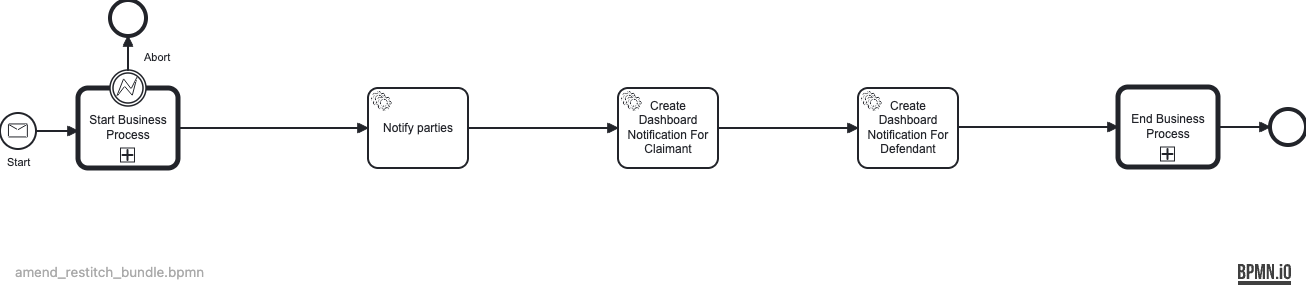
hmcts/civil-camunda-bpmn-definition keeps this BPMN diagram as docs/bpmn-diagrams/amend_restitch_bundle.png. Above is the earlier version. Its source is kept beside it as src/main/resources/camunda/amend_restitch_bundle.bpmn. Ids are renumbered. Its diagram source:
```xml
<bpmn:definitions xmlns:bpmn="http://www.omg.org/spec/BPMN/20100524/MODEL" xmlns:bpmndi="http://www.omg.org/spec/BPMN/20100524/DI" xmlns:dc="http://www.omg.org/spec/DD/20100524/DC" xmlns:camunda="http://camunda.org/schema/1.0/bpmn" xmlns:di="http://www.omg.org/spec/DD/20100524/DI" xmlns:xsi="http://www.w3.org/2001/XMLSchema-instance" id="Definitions_n1" targetNamespace="http://bpmn.io/schema/bpmn" exporter="Camunda Modeler" exporterVersion="5.28.0">
  <bpmn:process id="AMEND_RESTITCH_BUNDLE" name="Amend Restitch Bundle" isExecutable="true" camunda:historyTimeToLive="P90D">
    <bpmn:serviceTask id="AmendRestitchBundleNotify" name="Notify parties" camunda:type="external" camunda:topic="processCaseEvent">
      <bpmn:extensionElements>
        <camunda:inputOutput>
          <camunda:inputParameter name="caseEvent">NOTIFY_EVENT</camunda:inputParameter>
        </camunda:inputOutput>
      </bpmn:extensionElements>
      <bpmn:incoming>Flow_78545522545</bpmn:incoming>
      <bpmn:outgoing>Flow_n2</bpmn:outgoing>
    </bpmn:serviceTask>
    <bpmn:startEvent id="Event_191090" name="Start">
      <bpmn:outgoing>Flow_87785545545</bpmn:outgoing>
      <bpmn:messageEventDefinition id="MessageEventDefinition_n3" messageRef="Message_n4" />
    </bpmn:startEvent>
    <bpmn:endEvent id="Event_878884254">
      <bpmn:incoming>Flow_5845212254</bpmn:incoming>
    </bpmn:endEvent>
    <bpmn:sequenceFlow id="Flow_5845212254" sourceRef="Activity_120199855" targetRef="Event_878884254" />
    <bpmn:callActivity id="Activity_120199855" name="End Business Process" calledElement="EndBusinessProcess">
      <bpmn:extensionElements>
        <camunda:properties>
          <camunda:property name="variables" value="all" />
        </camunda:properties>
        <camunda:in variables="all" />
      </bpmn:extensionElements>
      <bpmn:incoming>Flow_n5</bpmn:incoming>
      <bpmn:outgoing>Flow_5845212254</bpmn:outgoing>
    </bpmn:callActivity>
    <bpmn:callActivity id="Activity_7842144454" name="Start Business Process" calledElement="StartBusinessProcess">
      <bpmn:extensionElements>
        <camunda:in variables="all" />
        <camunda:out variables="all" />
      </bpmn:extensionElements>
      <bpmn:incoming>Flow_87785545545</bpmn:incoming>
      <bpmn:outgoing>Flow_78545522545</bpmn:outgoing>
    </bpmn:callActivity>
    <bpmn:endEvent id="Event_55878855778">
      <bpmn:incoming>Flow_778754554</bpmn:incoming>
    </bpmn:endEvent>
    <bpmn:boundaryEvent id="Event_n6" name="Abort" attachedToRef="Activity_7842144454">
      <bpmn:outgoing>Flow_778754554</bpmn:outgoing>
      <bpmn:errorEventDefinition id="ErrorEventDefinition_n7" />
    </bpmn:boundaryEvent>
    <bpmn:sequenceFlow id="Flow_778754554" sourceRef="Event_n6" targetRef="Event_55878855778" />
    <bpmn:sequenceFlow id="Flow_87785545545" sourceRef="Event_191090" targetRef="Activity_7842144454" />
    <bpmn:sequenceFlow id="Flow_78545522545" sourceRef="Activity_7842144454" targetRef="AmendRestitchBundleNotify" />
    <bpmn:exclusiveGateway id="Gateway_n8">
      <bpmn:incoming>Flow_n2</bpmn:incoming>
      <bpmn:outgoing>Flow_n9</bpmn:outgoing>
      <bpmn:outgoing>Flow_n10</bpmn:outgoing>
    </bpmn:exclusiveGateway>
    <bpmn:serviceTask id="GenerateDashboardNotificationsAmendRestitchBundle" name="Dashboard Notifications" camunda:type="external" camunda:topic="processCaseEvent">
      <bpmn:extensionElements>
        <camunda:inputOutput>
          <camunda:inputParameter name="caseEvent">DASHBOARD_NOTIFICATION_EVENT</camunda:inputParameter>
        </camunda:inputOutput>
      </bpmn:extensionElements>
      <bpmn:incoming>Flow_n9</bpmn:incoming>
      <bpmn:outgoing>Flow_n5</bpmn:outgoing>
    </bpmn:serviceTask>
    <bpmn:sequenceFlow id="Flow_n9" name="Dashboard Service Enabled" sourceRef="Gateway_n8" targetRef="GenerateDashboardNotificationsAmendRestitchBundle">
      <bpmn:conditionExpression xsi:type="bpmn:tFormalExpression">${!empty flowFlags.DASHBOARD_SERVICE_ENABLED &amp;&amp; flowFlags.DASHBOARD_SERVICE_ENABLED}</bpmn:conditionExpression>
    </bpmn:sequenceFlow>
    <bpmn:sequenceFlow id="Flow_n10" name="Dashboard Service Disabled" sourceRef="Gateway_n8" targetRef="Activity_120199855">
      <bpmn:conditionExpression xsi:type="bpmn:tFormalExpression">${empty flowFlags.DASHBOARD_SERVICE_ENABLED || !flowFlags.DASHBOARD_SERVICE_ENABLED}</bpmn:conditionExpression>
    </bpmn:sequenceFlow>
    <bpmn:sequenceFlow id="Flow_n5" sourceRef="GenerateDashboardNotificationsAmendRestitchBundle" targetRef="Activity_120199855" />
    <bpmn:sequenceFlow id="Flow_n2" sourceRef="AmendRestitchBundleNotify" targetRef="Gateway_n8" />
  </bpmn:process>
  <bpmn:error id="Error_n11" name="StartBusinessAbort" errorCode="ABORT" />
  <bpmn:message id="Message_n4" name="AMEND_RESTITCH_BUNDLE" />
  <bpmndi:BPMNDiagram id="BPMNDiagram_1">
    <bpmndi:BPMNPlane id="BPMNPlane_1" bpmnElement="AMEND_RESTITCH_BUNDLE">
      <bpmndi:BPMNShape id="Activity_0ipbyde_di" bpmnElement="AmendRestitchBundleNotify">
        <dc:Bounds x="520" y="167" width="100" height="80" />
        <bpmndi:BPMNLabel />
      </bpmndi:BPMNShape>
      <bpmndi:BPMNShape id="Event_0vk0w99_di" bpmnElement="Event_191090">
        <dc:Bounds x="152" y="192" width="36" height="36" />
        <bpmndi:BPMNLabel>
          <dc:Bounds x="158" y="235" width="25" height="14" />
        </bpmndi:BPMNLabel>
      </bpmndi:BPMNShape>
      <bpmndi:BPMNShape id="Event_1h61h5s_di" bpmnElement="Event_878884254">
        <dc:Bounds x="1422" y="188" width="36" height="36" />
      </bpmndi:BPMNShape>
      <bpmndi:BPMNShape id="Activity_1j68eid_di" bpmnElement="Activity_120199855">
        <dc:Bounds x="1270" y="166" width="100" height="80" />
      </bpmndi:BPMNShape>
      <bpmndi:BPMNShape id="Activity_15x2r24_di" bpmnElement="Activity_7842144454">
        <dc:Bounds x="230" y="167" width="100" height="80" />
      </bpmndi:BPMNShape>
      <bpmndi:BPMNShape id="Event_1n2x861_di" bpmnElement="Event_55878855778">
        <dc:Bounds x="262" y="79" width="36" height="36" />
      </bpmndi:BPMNShape>
      <bpmndi:BPMNShape id="Gateway_n8_di" bpmnElement="Gateway_n8" isMarkerVisible="true">
        <dc:Bounds x="770" y="187" width="50" height="50" />
      </bpmndi:BPMNShape>
      <bpmndi:BPMNShape id="Activity_0hg4cbd_di" bpmnElement="GenerateDashboardNotificationsAmendRestitchBundle">
        <dc:Bounds x="950" y="167" width="100" height="80" />
        <bpmndi:BPMNLabel />
      </bpmndi:BPMNShape>
      <bpmndi:BPMNShape id="Event_n6_di" bpmnElement="Event_n6">
        <dc:Bounds x="262" y="149" width="36" height="36" />
        <bpmndi:BPMNLabel>
          <dc:Bounds x="296" y="130" width="27" height="14" />
        </bpmndi:BPMNLabel>
      </bpmndi:BPMNShape>
      <bpmndi:BPMNEdge id="Flow_0x2wz2v_di" bpmnElement="Flow_5845212254">
        <di:waypoint x="1370" y="206" />
        <di:waypoint x="1422" y="206" />
      </bpmndi:BPMNEdge>
      <bpmndi:BPMNEdge id="Flow_1y0ic2q_di" bpmnElement="Flow_778754554">
        <di:waypoint x="280" y="149" />
        <di:waypoint x="280" y="115" />
      </bpmndi:BPMNEdge>
      <bpmndi:BPMNEdge id="Flow_116h4jn_di" bpmnElement="Flow_87785545545">
        <di:waypoint x="188" y="210" />
        <di:waypoint x="230" y="210" />
      </bpmndi:BPMNEdge>
      <bpmndi:BPMNEdge id="Flow_1a5jscb_di" bpmnElement="Flow_78545522545">
        <di:waypoint x="330" y="207" />
        <di:waypoint x="520" y="207" />
      </bpmndi:BPMNEdge>
      <bpmndi:BPMNEdge id="Flow_n9_di" bpmnElement="Flow_n9">
        <di:waypoint x="820" y="212" />
        <di:waypoint x="950" y="207" />
      </bpmndi:BPMNEdge>
      <bpmndi:BPMNEdge id="Flow_n10_di" bpmnElement="Flow_n10">
        <di:waypoint x="795" y="237" />
        <di:waypoint x="795" y="310" />
        <di:waypoint x="1270" y="310" />
        <di:waypoint x="1270" y="246" />
      </bpmndi:BPMNEdge>
      <bpmndi:BPMNEdge id="Flow_n5_di" bpmnElement="Flow_n5">
        <di:waypoint x="1050" y="206" />
        <di:waypoint x="1270" y="206" />
      </bpmndi:BPMNEdge>
      <bpmndi:BPMNEdge id="Flow_n2_di" bpmnElement="Flow_n2">
        <di:waypoint x="620" y="207" />
        <di:waypoint x="795" y="212" />
      </bpmndi:BPMNEdge>
    </bpmndi:BPMNPlane>
  </bpmndi:BPMNDiagram>
</bpmn:definitions>
```
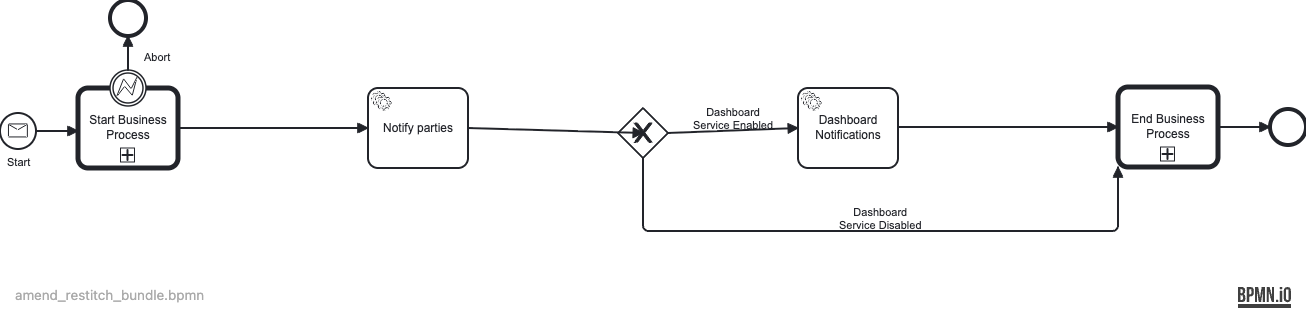
The same diagram one commit later.

Commit message:
DTSCCI-3237: Fix diagram render

Change to the diagram source:
```diff
@@ -45,28 +45,27 @@
     <bpmn:sequenceFlow id="Flow_778754554" sourceRef="Event_n6" targetRef="Event_55878855778" />
     <bpmn:sequenceFlow id="Flow_87785545545" sourceRef="Event_191090" targetRef="Activity_7842144454" />
     <bpmn:sequenceFlow id="Flow_78545522545" sourceRef="Activity_7842144454" targetRef="AmendRestitchBundleNotify" />
-    <bpmn:exclusiveGateway id="Gateway_n8">
-      <bpmn:incoming>Flow_n2</bpmn:incoming>
-      <bpmn:outgoing>Flow_n9</bpmn:outgoing>
-      <bpmn:outgoing>Flow_n10</bpmn:outgoing>
-    </bpmn:exclusiveGateway>
-    <bpmn:serviceTask id="GenerateDashboardNotificationsAmendRestitchBundle" name="Dashboard Notifications" camunda:type="external" camunda:topic="processCaseEvent">
+    <bpmn:serviceTask id="CreateAmendRestitchBundleDashboardNotificationsForClaimant" name="Create Dashboard Notification For Claimant" camunda:type="external" camunda:topic="processCaseEvent">
       <bpmn:extensionElements>
         <camunda:inputOutput>
-          <camunda:inputParameter name="caseEvent">DASHBOARD_NOTIFICATION_EVENT</camunda:inputParameter>
+          <camunda:inputParameter name="caseEvent">CREATE_DASHBOARD_NOTIFICATION_AMEND_RESTITCH_BUNDLE_CLAIMANT</camunda:inputParameter>
         </camunda:inputOutput>
       </bpmn:extensionElements>
-      <bpmn:incoming>Flow_n9</bpmn:incoming>
+      <bpmn:incoming>Flow_n2</bpmn:incoming>
+      <bpmn:outgoing>Flow_1qw3fa2545</bpmn:outgoing>
+    </bpmn:serviceTask>
+    <bpmn:sequenceFlow id="Flow_1qw3fa2545" sourceRef="CreateAmendRestitchBundleDashboardNotificationsForClaimant" targetRef="CreateAmendRestitchBundleDashboardNotificationsForDefendant" />
+    <bpmn:serviceTask id="CreateAmendRestitchBundleDashboardNotificationsForDefendant" name="Create Dashboard Notification For Defendant" camunda:type="external" camunda:topic="processCaseEvent">
+      <bpmn:extensionElements>
+        <camunda:inputOutput>
+          <camunda:inputParameter name="caseEvent">CREATE_DASHBOARD_NOTIFICATION_AMEND_RESTITCH_BUNDLE_DEFENDANT</camunda:inputParameter>
+        </camunda:inputOutput>
+      </bpmn:extensionElements>
+      <bpmn:incoming>Flow_1qw3fa2545</bpmn:incoming>
       <bpmn:outgoing>Flow_n5</bpmn:outgoing>
     </bpmn:serviceTask>
-    <bpmn:sequenceFlow id="Flow_n9" name="Dashboard Service Enabled" sourceRef="Gateway_n8" targetRef="GenerateDashboardNotificationsAmendRestitchBundle">
-      <bpmn:conditionExpression xsi:type="bpmn:tFormalExpression">${!empty flowFlags.DASHBOARD_SERVICE_ENABLED &amp;&amp; flowFlags.DASHBOARD_SERVICE_ENABLED}</bpmn:conditionExpression>
-    </bpmn:sequenceFlow>
-    <bpmn:sequenceFlow id="Flow_n10" name="Dashboard Service Disabled" sourceRef="Gateway_n8" targetRef="Activity_120199855">
-      <bpmn:conditionExpression xsi:type="bpmn:tFormalExpression">${empty flowFlags.DASHBOARD_SERVICE_ENABLED || !flowFlags.DASHBOARD_SERVICE_ENABLED}</bpmn:conditionExpression>
-    </bpmn:sequenceFlow>
-    <bpmn:sequenceFlow id="Flow_n5" sourceRef="GenerateDashboardNotificationsAmendRestitchBundle" targetRef="Activity_120199855" />
-    <bpmn:sequenceFlow id="Flow_n2" sourceRef="AmendRestitchBundleNotify" targetRef="Gateway_n8" />
+    <bpmn:sequenceFlow id="Flow_n5" sourceRef="CreateAmendRestitchBundleDashboardNotificationsForDefendant" targetRef="Activity_120199855" />
+    <bpmn:sequenceFlow id="Flow_n2" sourceRef="AmendRestitchBundleNotify" targetRef="CreateAmendRestitchBundleDashboardNotificationsForClaimant" />
   </bpmn:process>
   <bpmn:error id="Error_n11" name="StartBusinessAbort" errorCode="ABORT" />
   <bpmn:message id="Message_n4" name="AMEND_RESTITCH_BUNDLE" />
@@ -94,11 +93,12 @@
       <bpmndi:BPMNShape id="Event_1n2x861_di" bpmnElement="Event_55878855778">
         <dc:Bounds x="262" y="79" width="36" height="36" />
       </bpmndi:BPMNShape>
-      <bpmndi:BPMNShape id="Gateway_n8_di" bpmnElement="Gateway_n8" isMarkerVisible="true">
-        <dc:Bounds x="770" y="187" width="50" height="50" />
+      <bpmndi:BPMNShape id="BPMNShape_n12" bpmnElement="CreateAmendRestitchBundleDashboardNotificationsForClaimant">
+        <dc:Bounds x="770" y="167" width="100" height="80" />
+        <bpmndi:BPMNLabel />
       </bpmndi:BPMNShape>
-      <bpmndi:BPMNShape id="Activity_0hg4cbd_di" bpmnElement="GenerateDashboardNotificationsAmendRestitchBundle">
-        <dc:Bounds x="950" y="167" width="100" height="80" />
+      <bpmndi:BPMNShape id="BPMNShape_n13" bpmnElement="CreateAmendRestitchBundleDashboardNotificationsForDefendant">
+        <dc:Bounds x="1010" y="167" width="100" height="80" />
         <bpmndi:BPMNLabel />
       </bpmndi:BPMNShape>
       <bpmndi:BPMNShape id="Event_n6_di" bpmnElement="Event_n6">
@@ -123,23 +123,17 @@
         <di:waypoint x="330" y="207" />
         <di:waypoint x="520" y="207" />
       </bpmndi:BPMNEdge>
-      <bpmndi:BPMNEdge id="Flow_n9_di" bpmnElement="Flow_n9">
-        <di:waypoint x="820" y="212" />
-        <di:waypoint x="950" y="207" />
-      </bpmndi:BPMNEdge>
-      <bpmndi:BPMNEdge id="Flow_n10_di" bpmnElement="Flow_n10">
-        <di:waypoint x="795" y="237" />
-        <di:waypoint x="795" y="310" />
-        <di:waypoint x="1270" y="310" />
-        <di:waypoint x="1270" y="246" />
+      <bpmndi:BPMNEdge id="Flow_1qw3fa2_di" bpmnElement="Flow_1qw3fa2545">
+        <di:waypoint x="870" y="207" />
+        <di:waypoint x="1010" y="207" />
       </bpmndi:BPMNEdge>
       <bpmndi:BPMNEdge id="Flow_n5_di" bpmnElement="Flow_n5">
-        <di:waypoint x="1050" y="206" />
+        <di:waypoint x="1110" y="206" />
         <di:waypoint x="1270" y="206" />
       </bpmndi:BPMNEdge>
       <bpmndi:BPMNEdge id="Flow_n2_di" bpmnElement="Flow_n2">
         <di:waypoint x="620" y="207" />
-        <di:waypoint x="795" y="212" />
+        <di:waypoint x="770" y="207" />
       </bpmndi:BPMNEdge>
     </bpmndi:BPMNPlane>
   </bpmndi:BPMNDiagram>
```
